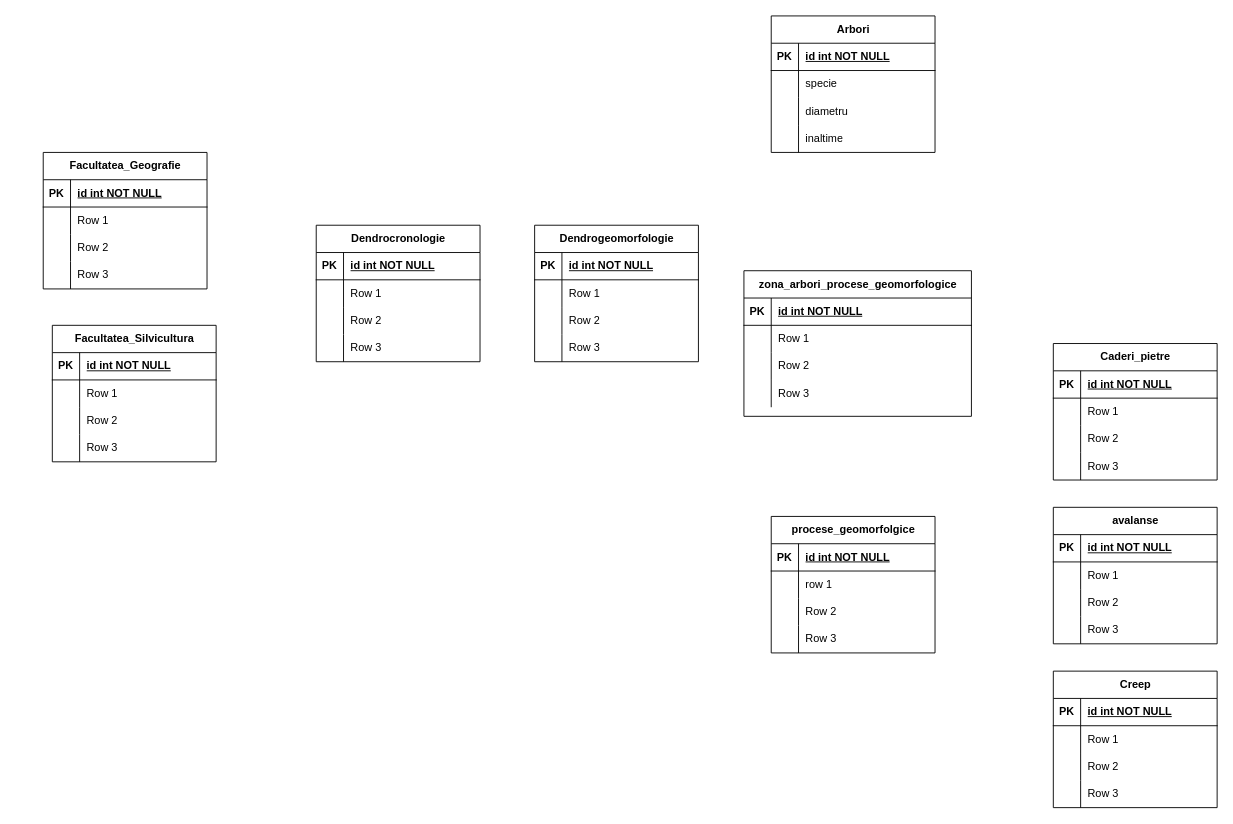
cristian19122001/examen_sem_1_db keeps this draw.io diagram as model_conceptual.drawio. Above is the earlier version. Source tidied: cells renumbered, new cells numbered last; positions are measured from the earlier drawing's top-left corner, leaving out a move shared by most shapes. Both pictures are drawn from the tidied source at 91%, with x=0, y=0 at pixel (43, 15).
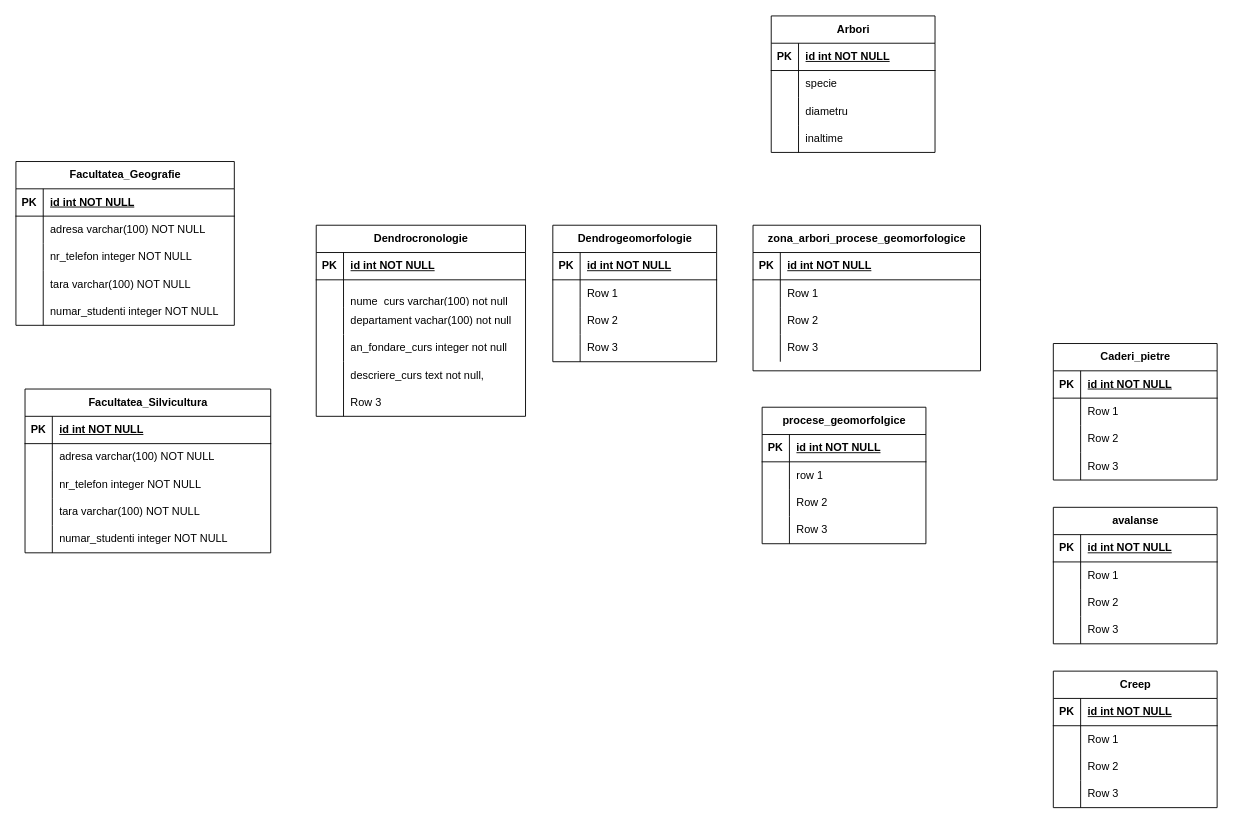
The same diagram, later.

Diff of the diagram source:
```diff
@@
     <mxCell id="2" value="Facultatea_Geografie" style="shape=table;startSize=30;childLayout=tableLayout;rowLines=0;fontStyle=1;align=center;html=1;" parent="1" vertex="1">
-      <mxGeometry y="150" width="180" height="150" as="geometry" />
+      <mxGeometry x="-30" y="160" width="240" height="180" as="geometry" />
     </mxCell>
     <mxCell id="3" style="shape=tableRow;horizontal=0;startSize=0;swimlaneHead=0;swimlaneBody=0;fillColor=none;top=0;left=0;right=0;bottom=1;" parent="2" vertex="1">
-      <mxGeometry y="30" width="180" height="30" as="geometry" />
+      <mxGeometry y="30" width="240" height="30" as="geometry" />
     </mxCell>
@@
     <mxCell id="5" value="id int NOT NULL" style="shape=partialRectangle;fillColor=none;top=0;left=0;bottom=0;right=0;align=left;spacingLeft=6;fontStyle=5;overflow=hidden;whiteSpace=wrap;html=1;" parent="3" vertex="1">
-      <mxGeometry x="30" width="150" height="30" as="geometry" />
+      <mxGeometry x="30" width="210" height="30" as="geometry" />
     </mxCell>
     <mxCell id="6" style="shape=tableRow;horizontal=0;startSize=0;swimlaneHead=0;swimlaneBody=0;fillColor=none;top=0;left=0;right=0;bottom=0;" parent="2" vertex="1">
-      <mxGeometry y="60" width="180" height="30" as="geometry" />
+      <mxGeometry y="60" width="240" height="30" as="geometry" />
     </mxCell>
@@
-    <mxCell id="8" value="Row 1" style="shape=partialRectangle;fillColor=none;top=0;left=0;bottom=0;right=0;align=left;spacingLeft=6;overflow=hidden;whiteSpace=wrap;html=1;" parent="6" vertex="1">
-      <mxGeometry x="30" width="150" height="30" as="geometry" />
+    <mxCell id="8" value="adresa varchar(100) NOT NULL" style="shape=partialRectangle;fillColor=none;top=0;left=0;bottom=0;right=0;align=left;spacingLeft=6;overflow=hidden;whiteSpace=wrap;html=1;" parent="6" vertex="1">
+      <mxGeometry x="30" width="210" height="30" as="geometry" />
     </mxCell>
     <mxCell id="9" style="shape=tableRow;horizontal=0;startSize=0;swimlaneHead=0;swimlaneBody=0;fillColor=none;top=0;left=0;right=0;bottom=0;" parent="2" vertex="1">
-      <mxGeometry y="90" width="180" height="30" as="geometry" />
+      <mxGeometry y="90" width="240" height="30" as="geometry" />
     </mxCell>
@@
-    <mxCell id="11" value="Row 2" style="shape=partialRectangle;fillColor=none;top=0;left=0;bottom=0;right=0;align=left;spacingLeft=6;overflow=hidden;whiteSpace=wrap;html=1;" parent="9" vertex="1">
-      <mxGeometry x="30" width="150" height="30" as="geometry" />
+    <mxCell id="11" value="nr_telefon integer NOT NULL" style="shape=partialRectangle;fillColor=none;top=0;left=0;bottom=0;right=0;align=left;spacingLeft=6;overflow=hidden;whiteSpace=wrap;html=1;" parent="9" vertex="1">
+      <mxGeometry x="30" width="210" height="30" as="geometry" />
     </mxCell>
     <mxCell id="12" style="shape=tableRow;horizontal=0;startSize=0;swimlaneHead=0;swimlaneBody=0;fillColor=none;top=0;left=0;right=0;bottom=0;" parent="2" vertex="1">
-      <mxGeometry y="120" width="180" height="30" as="geometry" />
+      <mxGeometry y="120" width="240" height="30" as="geometry" />
     </mxCell>
@@
-    <mxCell id="14" value="Row 3" style="shape=partialRectangle;fillColor=none;top=0;left=0;bottom=0;right=0;align=left;spacingLeft=6;overflow=hidden;whiteSpace=wrap;html=1;" parent="12" vertex="1">
-      <mxGeometry x="30" width="150" height="30" as="geometry" />
+    <mxCell id="14" value="tara varchar(100) NOT NULL" style="shape=partialRectangle;fillColor=none;top=0;left=0;bottom=0;right=0;align=left;spacingLeft=6;overflow=hidden;whiteSpace=wrap;html=1;" parent="12" vertex="1">
+      <mxGeometry x="30" width="210" height="30" as="geometry" />
     </mxCell>
+    <mxCell id="132" style="shape=tableRow;horizontal=0;startSize=0;swimlaneHead=0;swimlaneBody=0;fillColor=none;top=0;left=0;right=0;bottom=0;" parent="2" vertex="1">
+      <mxGeometry y="150" width="240" height="30" as="geometry" />
+    </mxCell>
+    <mxCell id="133" style="shape=partialRectangle;fillColor=none;top=0;left=0;bottom=0;right=0;overflow=hidden;whiteSpace=wrap;html=1;" parent="132" vertex="1">
+      <mxGeometry width="30" height="30" as="geometry" />
+    </mxCell>
+    <mxCell id="134" value="numar_studenti integer NOT NULL" style="shape=partialRectangle;fillColor=none;top=0;left=0;bottom=0;right=0;align=left;spacingLeft=6;overflow=hidden;whiteSpace=wrap;html=1;" parent="132" vertex="1">
+      <mxGeometry x="30" width="210" height="30" as="geometry" />
+    </mxCell>
     <mxCell id="15" value="Facultatea_Silvicultura" style="shape=table;startSize=30;childLayout=tableLayout;rowLines=0;fontStyle=1;align=center;html=1;" parent="1" vertex="1">
-      <mxGeometry x="10" y="340" width="180" height="150" as="geometry" />
+      <mxGeometry x="-20" y="410" width="270" height="180" as="geometry" />
     </mxCell>
     <mxCell id="16" style="shape=tableRow;horizontal=0;startSize=0;swimlaneHead=0;swimlaneBody=0;fillColor=none;top=0;left=0;right=0;bottom=1;" parent="15" vertex="1">
-      <mxGeometry y="30" width="180" height="30" as="geometry" />
+      <mxGeometry y="30" width="270" height="30" as="geometry" />
     </mxCell>
@@
     <mxCell id="18" value="id int NOT NULL" style="shape=partialRectangle;fillColor=none;top=0;left=0;bottom=0;right=0;align=left;spacingLeft=6;fontStyle=5;overflow=hidden;whiteSpace=wrap;html=1;" parent="16" vertex="1">
-      <mxGeometry x="30" width="150" height="30" as="geometry" />
+      <mxGeometry x="30" width="240" height="30" as="geometry" />
     </mxCell>
     <mxCell id="19" style="shape=tableRow;horizontal=0;startSize=0;swimlaneHead=0;swimlaneBody=0;fillColor=none;top=0;left=0;right=0;bottom=0;" parent="15" vertex="1">
-      <mxGeometry y="60" width="180" height="30" as="geometry" />
+      <mxGeometry y="60" width="270" height="30" as="geometry" />
     </mxCell>
@@
-    <mxCell id="21" value="Row 1" style="shape=partialRectangle;fillColor=none;top=0;left=0;bottom=0;right=0;align=left;spacingLeft=6;overflow=hidden;whiteSpace=wrap;html=1;" parent="19" vertex="1">
-      <mxGeometry x="30" width="150" height="30" as="geometry" />
+    <mxCell id="21" value="adresa varchar(100) NOT NULL" style="shape=partialRectangle;fillColor=none;top=0;left=0;bottom=0;right=0;align=left;spacingLeft=6;overflow=hidden;whiteSpace=wrap;html=1;" parent="19" vertex="1">
+      <mxGeometry x="30" width="240" height="30" as="geometry" />
     </mxCell>
     <mxCell id="22" style="shape=tableRow;horizontal=0;startSize=0;swimlaneHead=0;swimlaneBody=0;fillColor=none;top=0;left=0;right=0;bottom=0;" parent="15" vertex="1">
-      <mxGeometry y="90" width="180" height="30" as="geometry" />
+      <mxGeometry y="90" width="270" height="30" as="geometry" />
     </mxCell>
@@
-    <mxCell id="24" value="Row 2" style="shape=partialRectangle;fillColor=none;top=0;left=0;bottom=0;right=0;align=left;spacingLeft=6;overflow=hidden;whiteSpace=wrap;html=1;" parent="22" vertex="1">
-      <mxGeometry x="30" width="150" height="30" as="geometry" />
+    <mxCell id="24" value="nr_telefon integer NOT NULL" style="shape=partialRectangle;fillColor=none;top=0;left=0;bottom=0;right=0;align=left;spacingLeft=6;overflow=hidden;whiteSpace=wrap;html=1;" parent="22" vertex="1">
+      <mxGeometry x="30" width="240" height="30" as="geometry" />
     </mxCell>
     <mxCell id="25" style="shape=tableRow;horizontal=0;startSize=0;swimlaneHead=0;swimlaneBody=0;fillColor=none;top=0;left=0;right=0;bottom=0;" parent="15" vertex="1">
-      <mxGeometry y="120" width="180" height="30" as="geometry" />
+      <mxGeometry y="120" width="270" height="30" as="geometry" />
     </mxCell>
@@
-    <mxCell id="27" value="Row 3" style="shape=partialRectangle;fillColor=none;top=0;left=0;bottom=0;right=0;align=left;spacingLeft=6;overflow=hidden;whiteSpace=wrap;html=1;" parent="25" vertex="1">
-      <mxGeometry x="30" width="150" height="30" as="geometry" />
+    <mxCell id="27" value="tara varchar(100) NOT NULL" style="shape=partialRectangle;fillColor=none;top=0;left=0;bottom=0;right=0;align=left;spacingLeft=6;overflow=hidden;whiteSpace=wrap;html=1;" parent="25" vertex="1">
+      <mxGeometry x="30" width="240" height="30" as="geometry" />
     </mxCell>
+    <mxCell id="135" style="shape=tableRow;horizontal=0;startSize=0;swimlaneHead=0;swimlaneBody=0;fillColor=none;top=0;left=0;right=0;bottom=0;" parent="15" vertex="1">
+      <mxGeometry y="150" width="270" height="30" as="geometry" />
+    </mxCell>
+    <mxCell id="136" style="shape=partialRectangle;fillColor=none;top=0;left=0;bottom=0;right=0;overflow=hidden;whiteSpace=wrap;html=1;" parent="135" vertex="1">
+      <mxGeometry width="30" height="30" as="geometry" />
+    </mxCell>
+    <mxCell id="137" value="numar_studenti integer NOT NULL" style="shape=partialRectangle;fillColor=none;top=0;left=0;bottom=0;right=0;align=left;spacingLeft=6;overflow=hidden;whiteSpace=wrap;html=1;" parent="135" vertex="1">
+      <mxGeometry x="30" width="240" height="30" as="geometry" />
+    </mxCell>
@@
     <mxCell id="41" value="Dendrocronologie" style="shape=table;startSize=30;childLayout=tableLayout;rowLines=0;fontStyle=1;align=center;html=1;" parent="1" vertex="1">
-      <mxGeometry x="300" y="230" width="180" height="150" as="geometry" />
+      <mxGeometry x="300" y="230" width="230" height="210" as="geometry" />
     </mxCell>
     <mxCell id="42" style="shape=tableRow;horizontal=0;startSize=0;swimlaneHead=0;swimlaneBody=0;fillColor=none;top=0;left=0;right=0;bottom=1;" parent="41" vertex="1">
-      <mxGeometry y="30" width="180" height="30" as="geometry" />
+      <mxGeometry y="30" width="230" height="30" as="geometry" />
     </mxCell>
@@
     <mxCell id="44" value="id int NOT NULL" style="shape=partialRectangle;fillColor=none;top=0;left=0;bottom=0;right=0;align=left;spacingLeft=6;fontStyle=5;overflow=hidden;whiteSpace=wrap;html=1;" parent="42" vertex="1">
-      <mxGeometry x="30" width="150" height="30" as="geometry" />
+      <mxGeometry x="30" width="200" height="30" as="geometry" />
     </mxCell>
     <mxCell id="45" style="shape=tableRow;horizontal=0;startSize=0;swimlaneHead=0;swimlaneBody=0;fillColor=none;top=0;left=0;right=0;bottom=0;" parent="41" vertex="1">
-      <mxGeometry y="60" width="180" height="30" as="geometry" />
+      <mxGeometry y="60" width="230" height="30" as="geometry" />
     </mxCell>
@@
-    <mxCell id="47" value="Row 1" style="shape=partialRectangle;fillColor=none;top=0;left=0;bottom=0;right=0;align=left;spacingLeft=6;overflow=hidden;whiteSpace=wrap;html=1;" parent="45" vertex="1">
-      <mxGeometry x="30" width="150" height="30" as="geometry" />
+    <mxCell id="47" value="&lt;div&gt;&lt;br&gt;&lt;/div&gt;&lt;div&gt;nume_curs varchar(100) not null&lt;/div&gt;" style="shape=partialRectangle;fillColor=none;top=0;left=0;bottom=0;right=0;align=left;spacingLeft=6;overflow=hidden;whiteSpace=wrap;html=1;" parent="45" vertex="1">
+      <mxGeometry x="30" width="200" height="30" as="geometry" />
     </mxCell>
     <mxCell id="48" style="shape=tableRow;horizontal=0;startSize=0;swimlaneHead=0;swimlaneBody=0;fillColor=none;top=0;left=0;right=0;bottom=0;" parent="41" vertex="1">
-      <mxGeometry y="90" width="180" height="30" as="geometry" />
+      <mxGeometry y="90" width="230" height="30" as="geometry" />
     </mxCell>
@@
-    <mxCell id="50" value="Row 2" style="shape=partialRectangle;fillColor=none;top=0;left=0;bottom=0;right=0;align=left;spacingLeft=6;overflow=hidden;whiteSpace=wrap;html=1;" parent="48" vertex="1">
-      <mxGeometry x="30" width="150" height="30" as="geometry" />
+    <mxCell id="50" value="departament vachar(100) not null" style="shape=partialRectangle;fillColor=none;top=0;left=0;bottom=0;right=0;align=left;spacingLeft=6;overflow=hidden;whiteSpace=wrap;html=1;" parent="48" vertex="1">
+      <mxGeometry x="30" width="200" height="30" as="geometry" />
     </mxCell>
     <mxCell id="51" style="shape=tableRow;horizontal=0;startSize=0;swimlaneHead=0;swimlaneBody=0;fillColor=none;top=0;left=0;right=0;bottom=0;" parent="41" vertex="1">
-      <mxGeometry y="120" width="180" height="30" as="geometry" />
+      <mxGeometry y="120" width="230" height="30" as="geometry" />
     </mxCell>
@@
-    <mxCell id="53" value="Row 3" style="shape=partialRectangle;fillColor=none;top=0;left=0;bottom=0;right=0;align=left;spacingLeft=6;overflow=hidden;whiteSpace=wrap;html=1;" parent="51" vertex="1">
-      <mxGeometry x="30" width="150" height="30" as="geometry" />
+    <mxCell id="53" value="an_fondare_curs integer not null" style="shape=partialRectangle;fillColor=none;top=0;left=0;bottom=0;right=0;align=left;spacingLeft=6;overflow=hidden;whiteSpace=wrap;html=1;" parent="51" vertex="1">
+      <mxGeometry x="30" width="200" height="30" as="geometry" />
     </mxCell>
+    <mxCell id="138" style="shape=tableRow;horizontal=0;startSize=0;swimlaneHead=0;swimlaneBody=0;fillColor=none;top=0;left=0;right=0;bottom=0;" parent="41" vertex="1">
+      <mxGeometry y="150" width="230" height="30" as="geometry" />
+    </mxCell>
+    <mxCell id="139" style="shape=partialRectangle;fillColor=none;top=0;left=0;bottom=0;right=0;overflow=hidden;whiteSpace=wrap;html=1;" parent="138" vertex="1">
+      <mxGeometry width="30" height="30" as="geometry" />
+    </mxCell>
+    <mxCell id="140" value="descriere_curs text not null," style="shape=partialRectangle;fillColor=none;top=0;left=0;bottom=0;right=0;align=left;spacingLeft=6;overflow=hidden;whiteSpace=wrap;html=1;" parent="138" vertex="1">
+      <mxGeometry x="30" width="200" height="30" as="geometry" />
+    </mxCell>
+    <mxCell id="141" style="shape=tableRow;horizontal=0;startSize=0;swimlaneHead=0;swimlaneBody=0;fillColor=none;top=0;left=0;right=0;bottom=0;" parent="41" vertex="1">
+      <mxGeometry y="180" width="230" height="30" as="geometry" />
+    </mxCell>
+    <mxCell id="142" style="shape=partialRectangle;fillColor=none;top=0;left=0;bottom=0;right=0;overflow=hidden;whiteSpace=wrap;html=1;" parent="141" vertex="1">
+      <mxGeometry width="30" height="30" as="geometry" />
+    </mxCell>
+    <mxCell id="143" value="Row 3" style="shape=partialRectangle;fillColor=none;top=0;left=0;bottom=0;right=0;align=left;spacingLeft=6;overflow=hidden;whiteSpace=wrap;html=1;" parent="141" vertex="1">
+      <mxGeometry x="30" width="200" height="30" as="geometry" />
+    </mxCell>
     <mxCell id="54" value="procese_geomorfolgice" style="shape=table;startSize=30;childLayout=tableLayout;rowLines=0;fontStyle=1;align=center;html=1;" parent="1" vertex="1">
-      <mxGeometry x="800" y="550" width="180" height="150" as="geometry" />
+      <mxGeometry x="790" y="430" width="180" height="150" as="geometry" />
     </mxCell>
@@
     <mxCell id="67" value="Dendrogeomorfologie" style="shape=table;startSize=30;childLayout=tableLayout;rowLines=0;fontStyle=1;align=center;html=1;" parent="1" vertex="1">
-      <mxGeometry x="540" y="230" width="180" height="150" as="geometry" />
+      <mxGeometry x="560" y="230" width="180" height="150" as="geometry" />
     </mxCell>
@@
     <mxCell id="80" value="zona_arbori_procese_geomorfologice" style="shape=table;startSize=30;childLayout=tableLayout;rowLines=0;fontStyle=1;align=center;html=1;" parent="1" vertex="1">
-      <mxGeometry x="770" y="280" width="250" height="160" as="geometry" />
+      <mxGeometry x="780" y="230" width="250" height="160" as="geometry" />
     </mxCell>
```
